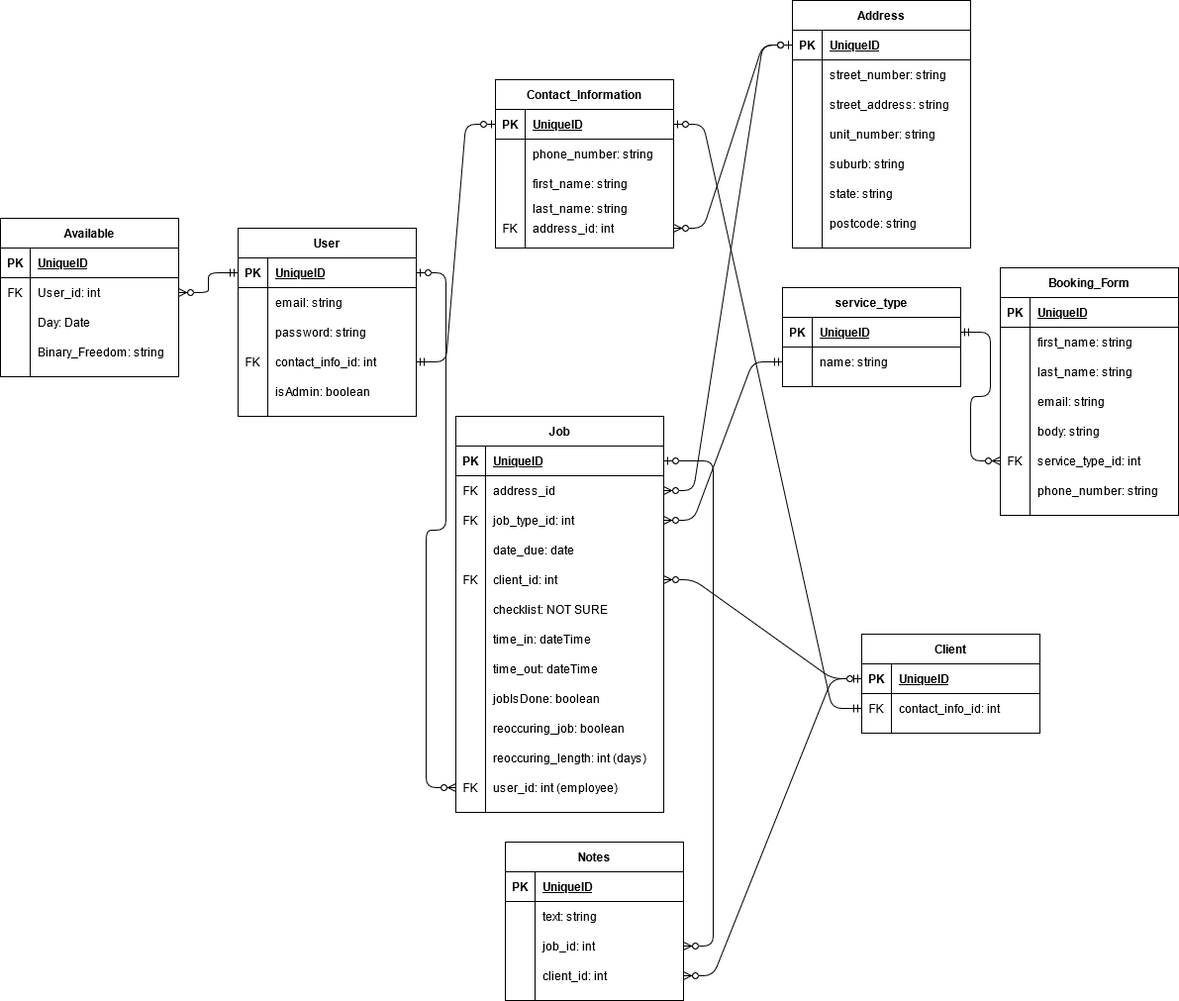
Above: docs/T3A2-ERD.png in Brayydzz/T3A2-A-Full-Stack-App (draw.io), before the change. Source tidied: cells renumbered, new cells last; positions are measured from the earlier drawing's top-left corner, leaving out a move shared by most shapes.
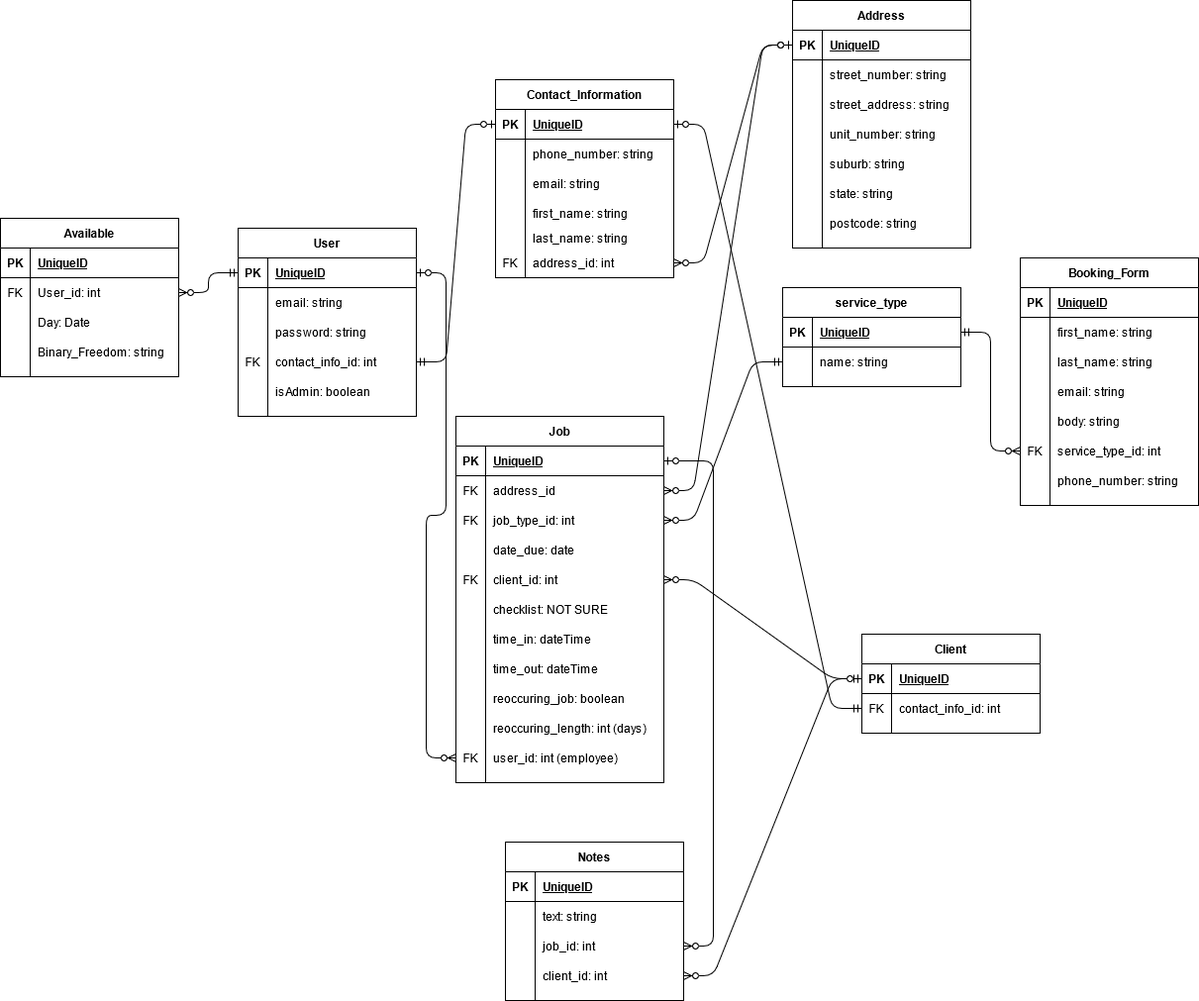
After the change.

The edit, as a diff of the source:
```diff
@@ -51,7 +51,7 @@
       <mxGeometry x="30" width="150" height="30" as="geometry" />
     </mxCell>
     <mxCell id="18" value="Contact_Information" style="shape=table;startSize=30;rowLines=0;fontStyle=1;align=center;" parent="1" vertex="1">
-      <mxGeometry x="500" y="80" width="180" height="170" as="geometry" />
+      <mxGeometry x="500" y="80" width="180" height="200" as="geometry" />
     </mxCell>
     <mxCell id="19" style="shape=partialRectangle;fillColor=none;top=0;left=0;bottom=1;right=0;points=[[0,0.5],[1,0.5]];portConstraint=eastwest;" parent="18" vertex="1">
       <mxGeometry y="30" width="180" height="30" as="geometry" />
@@ -71,8 +71,17 @@
     <mxCell id="24" value="phone_number: string" style="shape=partialRectangle;fillColor=none;top=0;left=0;bottom=0;right=0;align=left;spacingLeft=6;overflow=hidden;" parent="22" vertex="1">
       <mxGeometry x="30" width="150" height="30" as="geometry" />
     </mxCell>
+    <mxCell id="166" style="shape=partialRectangle;fillColor=none;top=0;left=0;bottom=0;right=0;" parent="18" vertex="1">
+      <mxGeometry y="90" width="180" height="30" as="geometry" />
+    </mxCell>
+    <mxCell id="60" style="shape=partialRectangle;fillColor=none;top=0;left=0;bottom=0;right=0;overflow=hidden;" parent="166" vertex="1">
+      <mxGeometry width="30" height="30" as="geometry" />
+    </mxCell>
+    <mxCell id="167" value="email: string" style="shape=partialRectangle;fillColor=none;top=0;left=0;bottom=0;right=0;align=left;spacingLeft=6;overflow=hidden;" parent="166" vertex="1">
+      <mxGeometry x="30" width="150" height="30" as="geometry" />
+    </mxCell>
     <mxCell id="25" style="shape=partialRectangle;fillColor=none;top=0;left=0;bottom=0;right=0;" parent="18" vertex="1">
-      <mxGeometry y="90" width="180" height="30" as="geometry" />
+      <mxGeometry y="120" width="180" height="30" as="geometry" />
     </mxCell>
     <mxCell id="26" style="shape=partialRectangle;fillColor=none;top=0;left=0;bottom=0;right=0;overflow=hidden;" parent="25" vertex="1">
       <mxGeometry width="30" height="30" as="geometry" />
@@ -81,7 +90,7 @@
       <mxGeometry x="30" width="150" height="30" as="geometry" />
     </mxCell>
     <mxCell id="28" style="shape=partialRectangle;fillColor=none;top=0;left=0;bottom=0;right=0;" parent="18" vertex="1">
-      <mxGeometry y="120" width="180" height="20" as="geometry" />
+      <mxGeometry y="150" width="180" height="20" as="geometry" />
     </mxCell>
     <mxCell id="29" style="shape=partialRectangle;fillColor=none;top=0;left=0;bottom=0;right=0;overflow=hidden;" parent="28" vertex="1">
       <mxGeometry width="30" height="20" as="geometry" />
@@ -90,16 +99,16 @@
       <mxGeometry x="30" width="150" height="20" as="geometry" />
     </mxCell>
     <mxCell id="31" style="shape=partialRectangle;fillColor=none;top=0;left=0;bottom=0;right=0;points=[[0,0.5],[1,0.5]];portConstraint=eastwest;" parent="18" vertex="1">
-      <mxGeometry y="140" width="180" height="20" as="geometry" />
+      <mxGeometry y="170" width="180" height="30" as="geometry" />
     </mxCell>
     <mxCell id="32" value="FK" style="shape=partialRectangle;fillColor=none;top=0;left=0;bottom=0;right=0;overflow=hidden;" parent="31" vertex="1">
-      <mxGeometry width="30" height="20" as="geometry" />
+      <mxGeometry width="30" height="30" as="geometry" />
     </mxCell>
     <mxCell id="33" value="address_id: int" style="shape=partialRectangle;fillColor=none;top=0;left=0;bottom=0;right=0;align=left;spacingLeft=6;overflow=hidden;" parent="31" vertex="1">
-      <mxGeometry x="30" width="150" height="20" as="geometry" />
+      <mxGeometry x="30" width="150" height="30" as="geometry" />
     </mxCell>
     <mxCell id="34" value="Job" style="shape=table;startSize=30;rowLines=0;fontStyle=1;align=center;" parent="1" vertex="1">
-      <mxGeometry x="460" y="420" width="210" height="400" as="geometry" />
+      <mxGeometry x="460" y="420" width="210" height="370" as="geometry" />
     </mxCell>
     <mxCell id="35" style="shape=partialRectangle;fillColor=none;top=0;left=0;bottom=1;right=0;points=[[0,0.5],[1,0.5]];portConstraint=eastwest;" parent="34" vertex="1">
       <mxGeometry y="30" width="210" height="30" as="geometry" />
@@ -173,17 +182,8 @@
     <mxCell id="58" value="time_out: dateTime" style="shape=partialRectangle;fillColor=none;top=0;left=0;bottom=0;right=0;align=left;spacingLeft=6;overflow=hidden;" parent="56" vertex="1">
       <mxGeometry x="30" width="180" height="30" as="geometry" />
     </mxCell>
-    <mxCell id="59" style="shape=partialRectangle;fillColor=none;top=0;left=0;bottom=0;right=0;" parent="34" vertex="1">
-      <mxGeometry y="270" width="210" height="30" as="geometry" />
-    </mxCell>
-    <mxCell id="60" style="shape=partialRectangle;fillColor=none;top=0;left=0;bottom=0;right=0;overflow=hidden;" parent="59" vertex="1">
-      <mxGeometry width="30" height="30" as="geometry" />
-    </mxCell>
-    <mxCell id="61" value="jobIsDone: boolean" style="shape=partialRectangle;fillColor=none;top=0;left=0;bottom=0;right=0;align=left;spacingLeft=6;overflow=hidden;" parent="59" vertex="1">
-      <mxGeometry x="30" width="180" height="30" as="geometry" />
-    </mxCell>
     <mxCell id="62" style="shape=partialRectangle;fillColor=none;top=0;left=0;bottom=0;right=0;" parent="34" vertex="1">
-      <mxGeometry y="300" width="210" height="30" as="geometry" />
+      <mxGeometry y="270" width="210" height="30" as="geometry" />
     </mxCell>
     <mxCell id="63" style="shape=partialRectangle;fillColor=none;top=0;left=0;bottom=0;right=0;overflow=hidden;" parent="62" vertex="1">
       <mxGeometry width="30" height="30" as="geometry" />
@@ -192,7 +192,7 @@
       <mxGeometry x="30" width="180" height="30" as="geometry" />
     </mxCell>
     <mxCell id="65" style="shape=partialRectangle;fillColor=none;top=0;left=0;bottom=0;right=0;" parent="34" vertex="1">
-      <mxGeometry y="330" width="210" height="30" as="geometry" />
+      <mxGeometry y="300" width="210" height="30" as="geometry" />
     </mxCell>
     <mxCell id="66" style="shape=partialRectangle;fillColor=none;top=0;left=0;bottom=0;right=0;overflow=hidden;" parent="65" vertex="1">
       <mxGeometry width="30" height="30" as="geometry" />
@@ -201,7 +201,7 @@
       <mxGeometry x="30" width="180" height="30" as="geometry" />
     </mxCell>
     <mxCell id="68" style="shape=partialRectangle;fillColor=none;top=0;left=0;bottom=0;right=0;points=[[0,0.5],[1,0.5]];portConstraint=eastwest;" parent="34" vertex="1">
-      <mxGeometry y="360" width="210" height="30" as="geometry" />
+      <mxGeometry y="330" width="210" height="30" as="geometry" />
     </mxCell>
     <mxCell id="69" value="FK" style="shape=partialRectangle;fillColor=none;top=0;left=0;bottom=0;right=0;overflow=hidden;" parent="68" vertex="1">
       <mxGeometry width="30" height="30" as="geometry" />
@@ -303,7 +303,7 @@
       <mxGeometry relative="1" as="geometry" />
     </mxCell>
     <mxCell id="102" value="Booking_Form" style="shape=table;startSize=30;rowLines=0;fontStyle=1;align=center;" parent="1" vertex="1">
-      <mxGeometry x="1010" y="270" width="180" height="250" as="geometry" />
+      <mxGeometry x="1030" y="260" width="180" height="250" as="geometry" />
     </mxCell>
     <mxCell id="103" style="shape=partialRectangle;fillColor=none;top=0;left=0;bottom=1;right=0;" parent="102" vertex="1">
       <mxGeometry y="30" width="180" height="30" as="geometry" />
```
